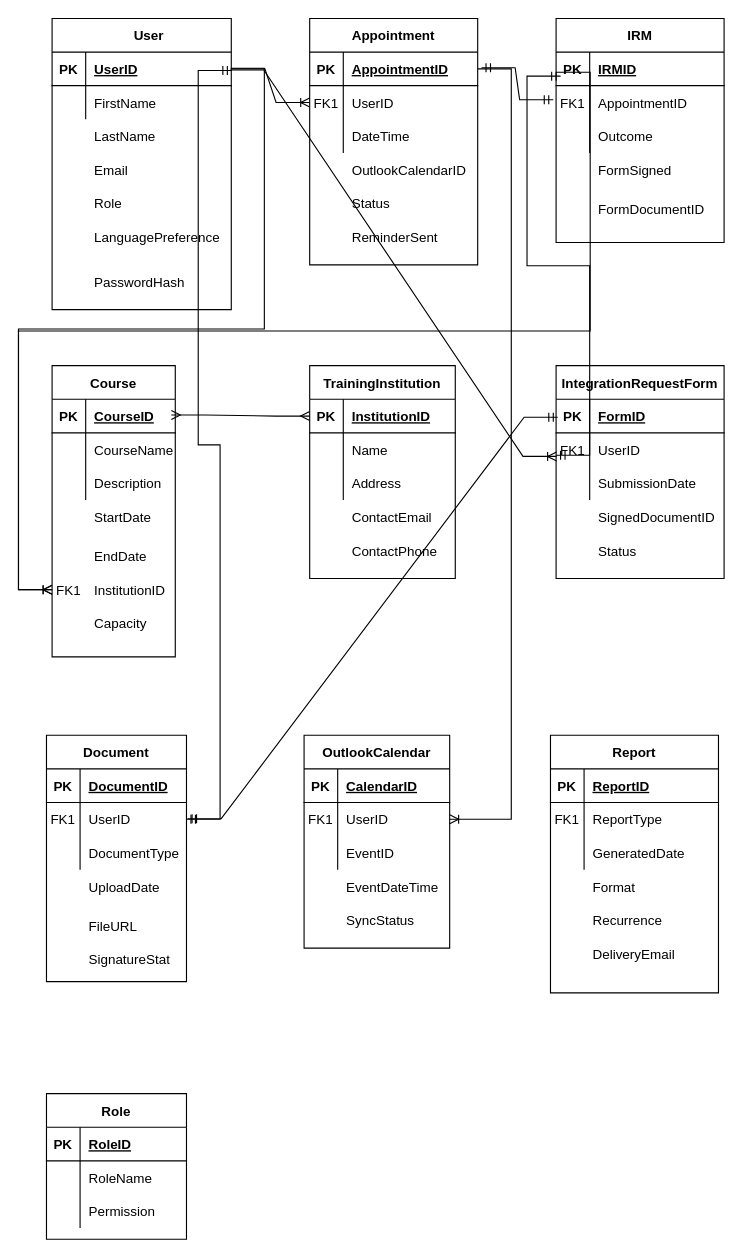
This is I belong.drawio from nataleletizia/ibelong, a draw.io file, before an edit. Source tidied: cells renumbered, new cells numbered last; positions are measured from the earlier drawing's top-left corner, leaving out a move shared by most shapes. Both pictures are drawn from the tidied source at 112%, with x=0, y=0 at pixel (46, 18).
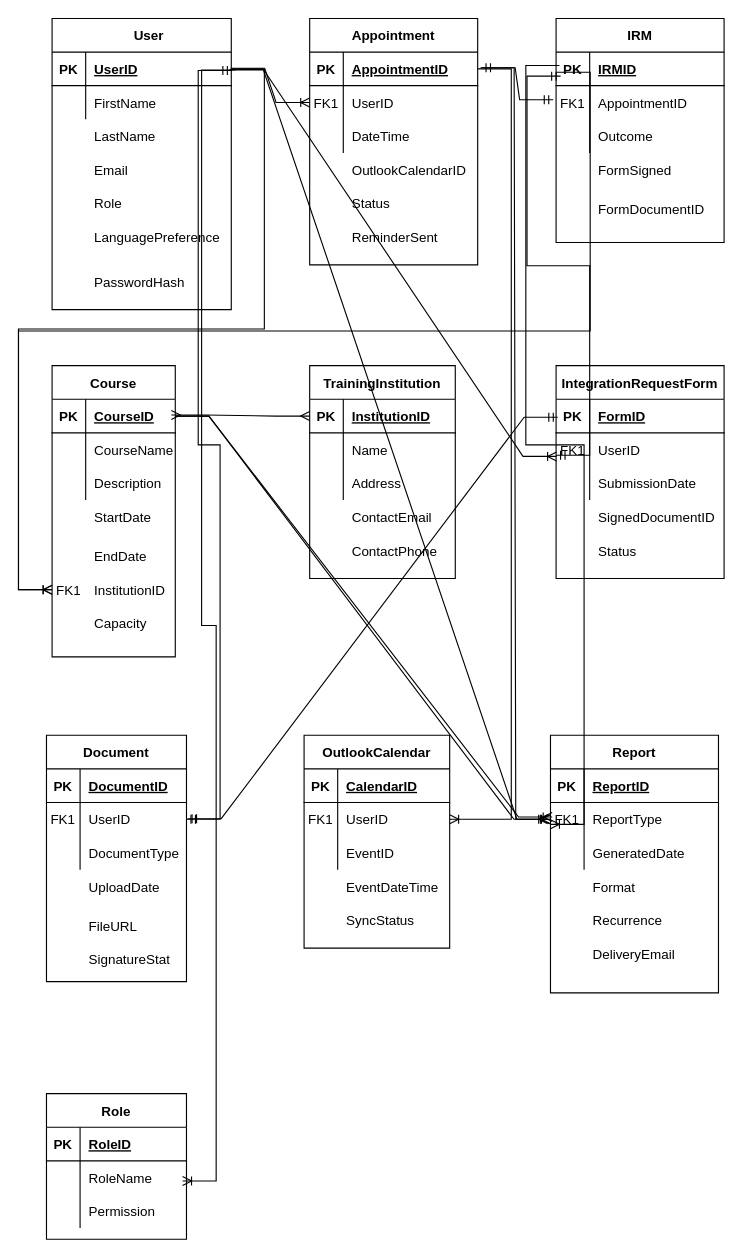
Above is the later version.

Unchanged cells that the change refers to:
```xml
<mxCell id="3" style="shape=partialRectangle;fillColor=none;points=[[0,0.5],[1,0.5]];portConstraint=eastwest;top=0;left=0;right=0;bottom=1;" parent="2" vertex="1">
  <mxGeometry y="30" width="150" height="30" as="geometry" />
</mxCell>
<mxCell id="13" style="shape=partialRectangle;fillColor=none;points=[[0,0.5],[1,0.5]];portConstraint=eastwest;top=0;left=0;right=0;bottom=1;" parent="12" vertex="1">
  <mxGeometry y="30" width="150" height="30" as="geometry" />
</mxCell>
<mxCell id="23" style="shape=partialRectangle;fillColor=none;points=[[0,0.5],[1,0.5]];portConstraint=eastwest;top=0;left=0;right=0;bottom=1;" parent="22" vertex="1">
  <mxGeometry y="30" width="160" height="30" as="geometry" />
</mxCell>
<mxCell id="30" style="shape=partialRectangle;fillColor=none;points=[[0,0.5],[1,0.5]];portConstraint=eastwest;top=0;left=0;right=0;bottom=1;" parent="29" vertex="1">
  <mxGeometry y="30" width="110" height="30" as="geometry" />
</mxCell>
<mxCell id="103" style="shape=partialRectangle;fillColor=none;points=[[0,0.5],[1,0.5]];portConstraint=eastwest;top=0;left=0;right=0;bottom=0;" parent="99" vertex="1">
  <mxGeometry y="60" width="150" height="30" as="geometry" />
</mxCell>
<mxCell id="121" style="shape=partialRectangle;fillColor=none;points=[[0,0.5],[1,0.5]];portConstraint=eastwest;top=0;left=0;right=0;bottom=0;" parent="117" vertex="1">
  <mxGeometry y="60" width="125" height="30" as="geometry" />
</mxCell>
```

What changed in the source:
```diff
@@
+    <mxCell id="138" style="edgeStyle=entityRelationEdgeStyle;fontSize=12;html=1;endArrow=ERoneToMany;rounded=0;exitX=1.022;exitY=0.533;exitDx=0;exitDy=0;exitPerimeter=0;entryX=0.972;entryY=0.6;entryDx=0;entryDy=0;entryPerimeter=0;" parent="1" edge="1" source="23" target="121">
+      <mxGeometry relative="1" as="geometry" />
+    </mxCell>
+    <mxCell id="139" style="edgeStyle=entityRelationEdgeStyle;fontSize=12;html=1;endArrow=ERoneToMany;rounded=0;exitX=0.991;exitY=0.517;exitDx=0;exitDy=0;exitPerimeter=0;" parent="1" edge="1" source="23" target="103">
+      <mxGeometry relative="1" as="geometry" />
+    </mxCell>
+    <mxCell id="140" style="edgeStyle=entityRelationEdgeStyle;fontSize=12;html=1;endArrow=ERoneToMany;rounded=0;exitX=1.017;exitY=0.467;exitDx=0;exitDy=0;exitPerimeter=0;" parent="1" edge="1" source="3">
+      <mxGeometry relative="1" as="geometry">
+        <mxPoint x="449" y="715" as="targetPoint" />
+      </mxGeometry>
+    </mxCell>
+    <mxCell id="141" style="edgeStyle=entityRelationEdgeStyle;fontSize=12;html=1;endArrow=ERoneToMany;rounded=0;entryX=-0.017;entryY=0.5;entryDx=0;entryDy=0;entryPerimeter=0;" parent="1" edge="1" source="30" target="103">
+      <mxGeometry relative="1" as="geometry" />
+    </mxCell>
+    <mxCell id="142" style="edgeStyle=entityRelationEdgeStyle;fontSize=12;html=1;endArrow=ERoneToMany;rounded=0;entryX=0.01;entryY=0.433;entryDx=0;entryDy=0;entryPerimeter=0;" parent="1" edge="1" source="30" target="103">
+      <mxGeometry relative="1" as="geometry" />
+    </mxCell>
+    <mxCell id="143" style="edgeStyle=entityRelationEdgeStyle;fontSize=12;html=1;endArrow=ERoneToMany;rounded=0;exitX=0.02;exitY=0.4;exitDx=0;exitDy=0;exitPerimeter=0;entryX=0;entryY=0.65;entryDx=0;entryDy=0;entryPerimeter=0;" parent="1" edge="1" source="13" target="103">
+      <mxGeometry relative="1" as="geometry" />
+    </mxCell>
```
